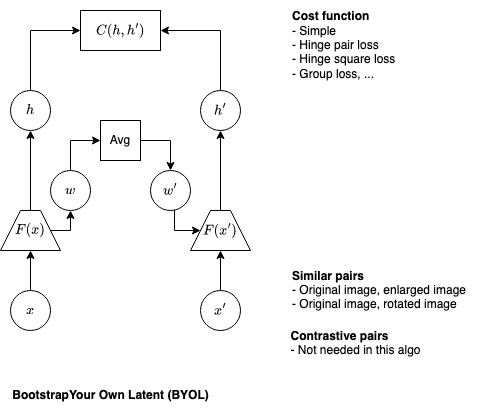
Before: machine_learning/diagrams/byol.drawio.png, a diagram exported from draw.io (analytiq-hub/sigagent.github.io). Source tidied: cells renumbered, new cells last; positions are measured from the earlier drawing's top-left corner, leaving out a move shared by most shapes.
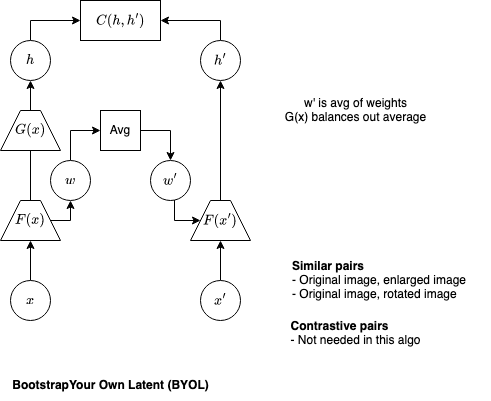
Above is the later version.

Change to the diagram source:
```diff
@@ -27,10 +27,8 @@
     <mxCell id="7" value="&lt;div&gt;$$x'$$&lt;/div&gt;" style="ellipse;whiteSpace=wrap;html=1;" parent="1" vertex="1">
       <mxGeometry x="200" y="290" width="40" height="40" as="geometry" />
     </mxCell>
-    <mxCell id="8" style="edgeStyle=orthogonalEdgeStyle;rounded=0;jettySize=auto;html=1;exitX=0.5;exitY=0;exitDx=0;exitDy=0;entryX=0.5;entryY=1;entryDx=0;entryDy=0;" parent="1" edge="1" target="11">
-      <mxGeometry relative="1" as="geometry">
-        <mxPoint x="30" y="210" as="sourcePoint" />
-      </mxGeometry>
+    <mxCell id="8" style="edgeStyle=orthogonalEdgeStyle;rounded=0;jettySize=auto;html=1;exitX=0.5;exitY=0;exitDx=0;exitDy=0;entryX=0.5;entryY=1;entryDx=0;entryDy=0;startArrow=none;" parent="1" edge="1" source="27" target="11">
+      <mxGeometry relative="1" as="geometry" />
     </mxCell>
     <mxCell id="9" style="edgeStyle=orthogonalEdgeStyle;rounded=0;jettySize=auto;html=1;exitX=0.5;exitY=0;exitDx=0;exitDy=0;entryX=0.5;entryY=1;entryDx=0;entryDy=0;" parent="1" edge="1" target="15">
       <mxGeometry relative="1" as="geometry">
@@ -45,7 +43,7 @@
       </mxGeometry>
     </mxCell>
     <mxCell id="11" value="$$h$$" style="ellipse;whiteSpace=wrap;html=1;" parent="1" vertex="1">
-      <mxGeometry x="10" y="90" width="40" height="40" as="geometry" />
+      <mxGeometry x="10" y="50" width="40" height="40" as="geometry" />
     </mxCell>
     <mxCell id="12" value="$$C(h,h')$$" style="rounded=0;whiteSpace=wrap;html=1;" parent="1" vertex="1">
       <mxGeometry x="80" y="10" width="80" height="40" as="geometry" />
@@ -57,14 +55,11 @@
       <mxGeometry relative="1" as="geometry" />
     </mxCell>
     <mxCell id="15" value="$$h'$$" style="ellipse;whiteSpace=wrap;html=1;" parent="1" vertex="1">
-      <mxGeometry x="200" y="90" width="40" height="40" as="geometry" />
+      <mxGeometry x="200" y="50" width="40" height="40" as="geometry" />
     </mxCell>
     <mxCell id="16" value="&lt;div align=&quot;left&quot;&gt;&lt;b&gt;Contrastive pairs&lt;/b&gt;&lt;/div&gt;&lt;div align=&quot;left&quot;&gt;- Not needed in this algo&lt;br&gt;&lt;/div&gt;&lt;div align=&quot;left&quot;&gt;&lt;br&gt;&lt;/div&gt;" style="text;html=1;align=center;verticalAlign=middle;strokeColor=none;fillColor=none;" parent="1" vertex="1">
       <mxGeometry x="280" y="320" width="150" height="60" as="geometry" />
     </mxCell>
-    <mxCell id="17" value="&lt;div align=&quot;left&quot;&gt;&lt;b&gt;Cost function&lt;/b&gt;&lt;br&gt;&lt;/div&gt;&lt;div align=&quot;left&quot;&gt;- Simple&lt;/div&gt;&lt;div align=&quot;left&quot;&gt;- Hinge pair loss&lt;/div&gt;&lt;div align=&quot;left&quot;&gt;- Hinge square loss&lt;/div&gt;&lt;div align=&quot;left&quot;&gt;- Group loss, ...&lt;br&gt;&lt;/div&gt;" style="text;html=1;align=left;verticalAlign=middle;strokeColor=none;fillColor=none;" parent="1" vertex="1">
-      <mxGeometry x="290" width="130" height="90" as="geometry" />
-    </mxCell>
     <mxCell id="18" style="edgeStyle=orthogonalEdgeStyle;rounded=0;jettySize=auto;html=1;exitX=1;exitY=0.5;exitDx=0;exitDy=0;entryX=0.5;entryY=1;entryDx=0;entryDy=0;" parent="1" edge="1" source="19" target="22">
       <mxGeometry relative="1" as="geometry" />
     </mxCell>
@@ -96,5 +91,16 @@
     <mxCell id="26" value="Avg" style="whiteSpace=wrap;html=1;" parent="1" vertex="1">
       <mxGeometry x="100" y="120" width="40" height="40" as="geometry" />
     </mxCell>
+    <mxCell id="27" value="$$G(x)$$" style="shape=trapezoid;perimeter=trapezoidPerimeter;whiteSpace=wrap;html=1;fixedSize=1;" parent="1" vertex="1">
+      <mxGeometry y="120" width="60" height="40" as="geometry" />
+    </mxCell>
+    <mxCell id="28" style="edgeStyle=orthogonalEdgeStyle;rounded=0;jettySize=auto;html=1;exitX=0.5;exitY=0;exitDx=0;exitDy=0;entryX=0.5;entryY=1;entryDx=0;entryDy=0;endArrow=none;" parent="1" edge="1" target="27">
+      <mxGeometry relative="1" as="geometry">
+        <mxPoint x="30" y="210" as="sourcePoint" />
+      </mxGeometry>
+    </mxCell>
+    <mxCell id="29" value="&lt;div&gt;w' is avg of weights&lt;/div&gt;&lt;div&gt;G(x) balances out average&lt;br&gt;&lt;/div&gt;" style="text;html=1;align=center;verticalAlign=middle;strokeColor=none;fillColor=none;" parent="1" vertex="1">
+      <mxGeometry x="275" y="100" width="160" height="40" as="geometry" />
+    </mxCell>
   </root>
 </mxGraphModel>
```
